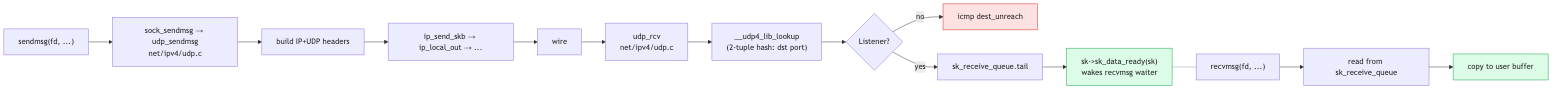
biefy/books keeps this Mermaid diagram as linux-net/src/diagrams/day14_udp.png. Above is the earlier version. Its source is kept beside it as linux-net/src/diagrams/src/day14_udp.mmd. Source of this version:
```mermaid
flowchart LR
    Send["sendmsg(fd, ...)"]
    Sock["sock_sendmsg → udp_sendmsg<br/>net/ipv4/udp.c"]
    Build["build IP+UDP headers"]
    Out["ip_send_skb → ip_local_out → ..."]

    Wire["wire"]

    UdpRcv["udp_rcv<br/>net/ipv4/udp.c"]
    Lookup["__udp4_lib_lookup<br/>(2-tuple hash: dst port)"]
    Found{Listener?}
    Drop["icmp dest_unreach"]
    Queue["sk_receive_queue.tail"]
    Wake["sk->sk_data_ready(sk)<br/>wakes recvmsg waiter"]

    App["recvmsg(fd, ...)"]
    Read["read from sk_receive_queue"]
    User["copy to user buffer"]

    Send --> Sock --> Build --> Out --> Wire
    Wire --> UdpRcv --> Lookup --> Found
    Found -->|no| Drop
    Found -->|yes| Queue --> Wake
    App --> Read --> User
    Wake -.- App

    classDef ok fill:#dcfce7,stroke:#16a34a
    classDef bad fill:#fee2e2,stroke:#dc2626
    class Wake,User ok
    class Drop bad
```
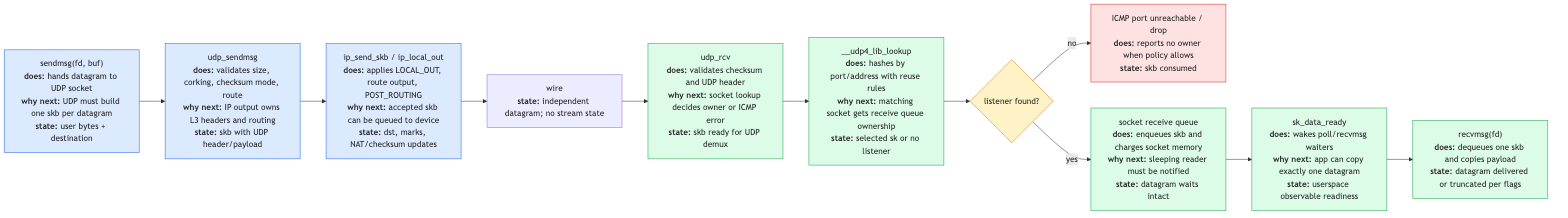
The same diagram one commit later.

Change to the diagram source:
```diff
@@ -1,30 +1,25 @@
 flowchart LR
-    Send["sendmsg(fd, ...)"]
-    Sock["sock_sendmsg → udp_sendmsg<br/>net/ipv4/udp.c"]
-    Build["build IP+UDP headers"]
-    Out["ip_send_skb → ip_local_out → ..."]
+    Send["sendmsg(fd, buf)<br/><b>does:</b> hands datagram to UDP socket<br/><b>why next:</b> UDP must build one skb per datagram<br/><b>state:</b> user bytes + destination"]
+    UdpSend["udp_sendmsg<br/><b>does:</b> validates size, corking, checksum mode, route<br/><b>why next:</b> IP output owns L3 headers and routing<br/><b>state:</b> skb with UDP header/payload"]
+    IpOut["ip_send_skb / ip_local_out<br/><b>does:</b> applies LOCAL_OUT, route output, POST_ROUTING<br/><b>why next:</b> accepted skb can be queued to device<br/><b>state:</b> dst, marks, NAT/checksum updates"]
+    Wire["wire<br/><b>state:</b> independent datagram; no stream state"]
+    UdpRcv["udp_rcv<br/><b>does:</b> validates checksum and UDP header<br/><b>why next:</b> socket lookup decides owner or ICMP error<br/><b>state:</b> skb ready for UDP demux"]
+    Lookup["__udp4_lib_lookup<br/><b>does:</b> hashes by port/address with reuse rules<br/><b>why next:</b> matching socket gets receive queue ownership<br/><b>state:</b> selected sk or no listener"]
+    Found{"listener found?"}
+    Drop["ICMP port unreachable / drop<br/><b>does:</b> reports no owner when policy allows<br/><b>state:</b> skb consumed"]
+    Queue["socket receive queue<br/><b>does:</b> enqueues skb and charges socket memory<br/><b>why next:</b> sleeping reader must be notified<br/><b>state:</b> datagram waits intact"]
+    Wake["sk_data_ready<br/><b>does:</b> wakes poll/recvmsg waiters<br/><b>why next:</b> app can copy exactly one datagram<br/><b>state:</b> userspace observable readiness"]
+    Recv["recvmsg(fd)<br/><b>does:</b> dequeues one skb and copies payload<br/><b>state:</b> datagram delivered or truncated per flags"]
 
-    Wire["wire"]
+    Send --> UdpSend --> IpOut --> Wire --> UdpRcv --> Lookup --> Found
+    Found -->|no| Drop
+    Found -->|yes| Queue --> Wake --> Recv
 
-    UdpRcv["udp_rcv<br/>net/ipv4/udp.c"]
-    Lookup["__udp4_lib_lookup<br/>(2-tuple hash: dst port)"]
-    Found{Listener?}
-    Drop["icmp dest_unreach"]
-    Queue["sk_receive_queue.tail"]
-    Wake["sk->sk_data_ready(sk)<br/>wakes recvmsg waiter"]
-
-    App["recvmsg(fd, ...)"]
-    Read["read from sk_receive_queue"]
-    User["copy to user buffer"]
-
-    Send --> Sock --> Build --> Out --> Wire
-    Wire --> UdpRcv --> Lookup --> Found
-    Found -->|no| Drop
-    Found -->|yes| Queue --> Wake
-    App --> Read --> User
-    Wake -.- App
-
-    classDef ok fill:#dcfce7,stroke:#16a34a
+    classDef tx fill:#dbeafe,stroke:#2563eb
+    classDef rx fill:#dcfce7,stroke:#16a34a
+    classDef decision fill:#fef3c7,stroke:#d97706
     classDef bad fill:#fee2e2,stroke:#dc2626
-    class Wake,User ok
+    class Send,UdpSend,IpOut tx
+    class UdpRcv,Lookup,Queue,Wake,Recv rx
+    class Found decision
     class Drop bad
```
